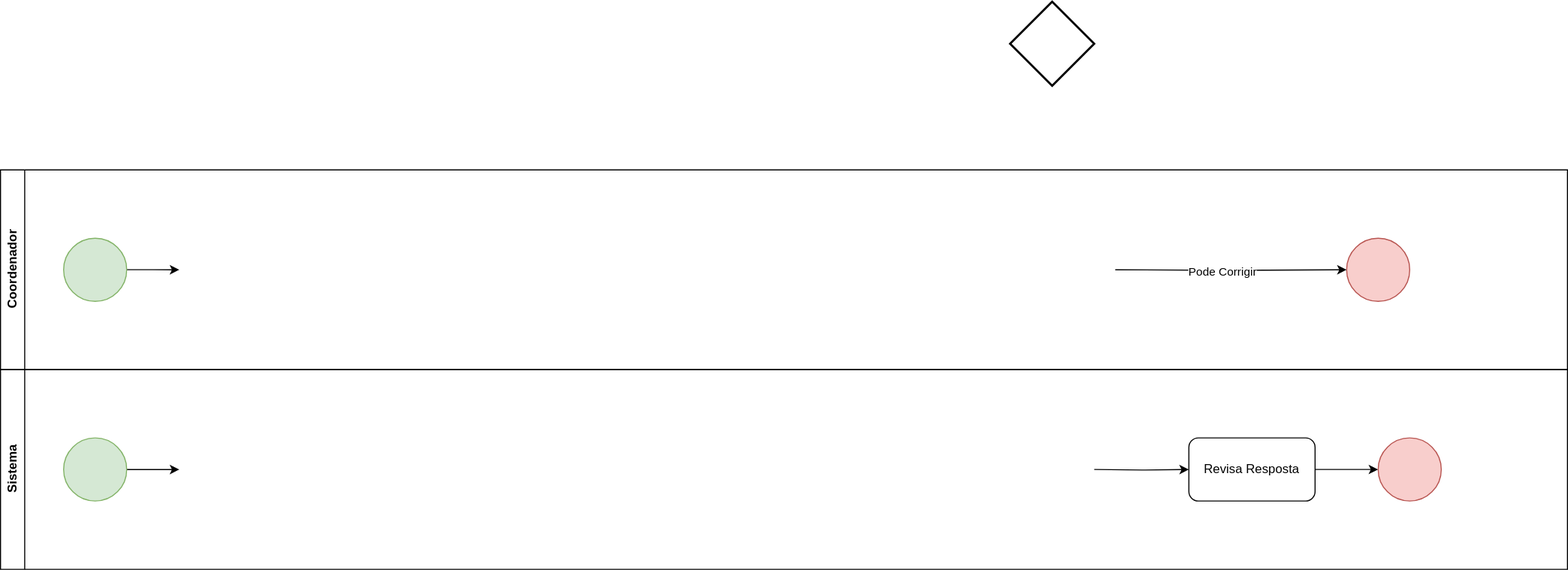
Above: ToBeStatus.drawio.svg in JesCat16/Automacao_IC_GestaoDeProjeto (draw.io), before the change. Source tidied: cells renumbered, new cells last; positions are measured from the earlier drawing's top-left corner, leaving out a move shared by most shapes. Its diagram source:
```xml
<mxGraphModel background="#ffffff">
  <root>
    <mxCell id="0" />
    <mxCell id="1" parent="0" />
    <mxCell id="2" value="Coordenador" style="swimlane;horizontal=0;whiteSpace=wrap;html=1;" parent="1" vertex="1">
      <mxGeometry y="160" width="1490" height="190" as="geometry" />
    </mxCell>
    <mxCell id="3" style="edgeStyle=orthogonalEdgeStyle;rounded=0;jettySize=auto;html=1;" parent="2" edge="1" source="4">
      <mxGeometry relative="1" as="geometry">
        <mxPoint x="170" y="95" as="targetPoint" />
      </mxGeometry>
    </mxCell>
    <mxCell id="4" style="ellipse;whiteSpace=wrap;html=1;fillColor=#d5e8d4;strokeColor=#82b366;" parent="2" vertex="1">
      <mxGeometry x="60" y="65" width="60" height="60" as="geometry" />
    </mxCell>
    <mxCell id="5" style="ellipse;whiteSpace=wrap;html=1;fillColor=#f8cecc;strokeColor=#b85450;" parent="2" vertex="1">
      <mxGeometry x="1280" y="65" width="60" height="60" as="geometry" />
    </mxCell>
    <mxCell id="6" style="edgeStyle=orthogonalEdgeStyle;rounded=0;jettySize=auto;html=1;exitX=1;exitY=0.5;exitDx=0;exitDy=0;exitPerimeter=0;entryX=0;entryY=0.5;entryDx=0;entryDy=0;" parent="2" edge="1" target="5">
      <mxGeometry relative="1" as="geometry">
        <mxPoint x="1060" y="95" as="sourcePoint" />
      </mxGeometry>
    </mxCell>
    <mxCell id="7" value="Pode Corrigir" style="edgeLabel;html=1;align=center;verticalAlign=middle;" parent="6" vertex="1">
      <mxGeometry x="-0.07" y="-1" relative="1" as="geometry">
        <mxPoint x="-1" as="offset" />
      </mxGeometry>
    </mxCell>
    <mxCell id="8" value="Sistema" style="swimlane;horizontal=0;whiteSpace=wrap;html=1;" parent="1" vertex="1">
      <mxGeometry y="350" width="1490" height="190" as="geometry" />
    </mxCell>
    <mxCell id="9" style="edgeStyle=orthogonalEdgeStyle;rounded=0;jettySize=auto;html=1;" parent="8" edge="1" source="10">
      <mxGeometry relative="1" as="geometry">
        <mxPoint x="170" y="95" as="targetPoint" />
      </mxGeometry>
    </mxCell>
    <mxCell id="10" style="ellipse;whiteSpace=wrap;html=1;fillColor=#d5e8d4;strokeColor=#82b366;" parent="8" vertex="1">
      <mxGeometry x="60" y="65" width="60" height="60" as="geometry" />
    </mxCell>
    <mxCell id="11" style="edgeStyle=orthogonalEdgeStyle;rounded=0;jettySize=auto;html=1;exitX=1;exitY=0.5;exitDx=0;exitDy=0;entryX=0;entryY=0.5;entryDx=0;entryDy=0;" parent="8" edge="1" source="12" target="13">
      <mxGeometry relative="1" as="geometry" />
    </mxCell>
    <mxCell id="12" value="Revisa Resposta" style="rounded=1;whiteSpace=wrap;html=1;" parent="8" vertex="1">
      <mxGeometry x="1130" y="65" width="120" height="60" as="geometry" />
    </mxCell>
    <mxCell id="13" style="ellipse;whiteSpace=wrap;html=1;fillColor=#f8cecc;strokeColor=#b85450;" parent="8" vertex="1">
      <mxGeometry x="1310" y="65" width="60" height="60" as="geometry" />
    </mxCell>
    <mxCell id="14" style="edgeStyle=orthogonalEdgeStyle;rounded=0;jettySize=auto;html=1;exitX=1;exitY=0.5;exitDx=0;exitDy=0;entryX=0;entryY=0.5;entryDx=0;entryDy=0;" parent="8" edge="1" target="12">
      <mxGeometry relative="1" as="geometry">
        <mxPoint x="1040" y="95" as="sourcePoint" />
      </mxGeometry>
    </mxCell>
    <mxCell id="15" style="strokeWidth=2;html=1;shape=mxgraph.flowchart.decision;whiteSpace=wrap;" parent="1" vertex="1">
      <mxGeometry x="960" width="80" height="80" as="geometry" />
    </mxCell>
  </root>
</mxGraphModel>
```
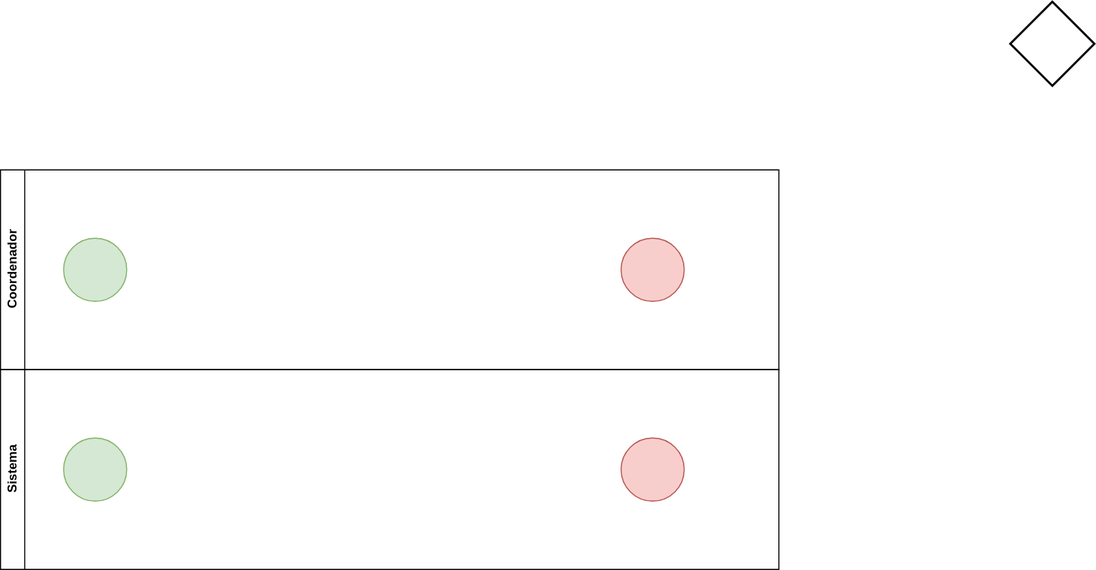
After the change.

Change to the diagram source:
```diff
@@ -3,54 +3,23 @@
     <mxCell id="0" />
     <mxCell id="1" parent="0" />
     <mxCell id="2" value="Coordenador" style="swimlane;horizontal=0;whiteSpace=wrap;html=1;" parent="1" vertex="1">
-      <mxGeometry y="160" width="1490" height="190" as="geometry" />
+      <mxGeometry y="160" width="740" height="190" as="geometry" />
     </mxCell>
-    <mxCell id="3" style="edgeStyle=orthogonalEdgeStyle;rounded=0;jettySize=auto;html=1;" parent="2" edge="1" source="4">
-      <mxGeometry relative="1" as="geometry">
-        <mxPoint x="170" y="95" as="targetPoint" />
-      </mxGeometry>
-    </mxCell>
     <mxCell id="4" style="ellipse;whiteSpace=wrap;html=1;fillColor=#d5e8d4;strokeColor=#82b366;" parent="2" vertex="1">
       <mxGeometry x="60" y="65" width="60" height="60" as="geometry" />
     </mxCell>
     <mxCell id="5" style="ellipse;whiteSpace=wrap;html=1;fillColor=#f8cecc;strokeColor=#b85450;" parent="2" vertex="1">
-      <mxGeometry x="1280" y="65" width="60" height="60" as="geometry" />
+      <mxGeometry x="590" y="65" width="60" height="60" as="geometry" />
     </mxCell>
-    <mxCell id="6" style="edgeStyle=orthogonalEdgeStyle;rounded=0;jettySize=auto;html=1;exitX=1;exitY=0.5;exitDx=0;exitDy=0;exitPerimeter=0;entryX=0;entryY=0.5;entryDx=0;entryDy=0;" parent="2" edge="1" target="5">
-      <mxGeometry relative="1" as="geometry">
-        <mxPoint x="1060" y="95" as="sourcePoint" />
-      </mxGeometry>
-    </mxCell>
-    <mxCell id="7" value="Pode Corrigir" style="edgeLabel;html=1;align=center;verticalAlign=middle;" parent="6" vertex="1">
-      <mxGeometry x="-0.07" y="-1" relative="1" as="geometry">
-        <mxPoint x="-1" as="offset" />
-      </mxGeometry>
-    </mxCell>
     <mxCell id="8" value="Sistema" style="swimlane;horizontal=0;whiteSpace=wrap;html=1;" parent="1" vertex="1">
-      <mxGeometry y="350" width="1490" height="190" as="geometry" />
+      <mxGeometry y="350" width="740" height="190" as="geometry" />
     </mxCell>
-    <mxCell id="9" style="edgeStyle=orthogonalEdgeStyle;rounded=0;jettySize=auto;html=1;" parent="8" edge="1" source="10">
-      <mxGeometry relative="1" as="geometry">
-        <mxPoint x="170" y="95" as="targetPoint" />
-      </mxGeometry>
-    </mxCell>
     <mxCell id="10" style="ellipse;whiteSpace=wrap;html=1;fillColor=#d5e8d4;strokeColor=#82b366;" parent="8" vertex="1">
       <mxGeometry x="60" y="65" width="60" height="60" as="geometry" />
     </mxCell>
-    <mxCell id="11" style="edgeStyle=orthogonalEdgeStyle;rounded=0;jettySize=auto;html=1;exitX=1;exitY=0.5;exitDx=0;exitDy=0;entryX=0;entryY=0.5;entryDx=0;entryDy=0;" parent="8" edge="1" source="12" target="13">
-      <mxGeometry relative="1" as="geometry" />
-    </mxCell>
-    <mxCell id="12" value="Revisa Resposta" style="rounded=1;whiteSpace=wrap;html=1;" parent="8" vertex="1">
-      <mxGeometry x="1130" y="65" width="120" height="60" as="geometry" />
-    </mxCell>
     <mxCell id="13" style="ellipse;whiteSpace=wrap;html=1;fillColor=#f8cecc;strokeColor=#b85450;" parent="8" vertex="1">
-      <mxGeometry x="1310" y="65" width="60" height="60" as="geometry" />
+      <mxGeometry x="590" y="65" width="60" height="60" as="geometry" />
     </mxCell>
-    <mxCell id="14" style="edgeStyle=orthogonalEdgeStyle;rounded=0;jettySize=auto;html=1;exitX=1;exitY=0.5;exitDx=0;exitDy=0;entryX=0;entryY=0.5;entryDx=0;entryDy=0;" parent="8" edge="1" target="12">
-      <mxGeometry relative="1" as="geometry">
-        <mxPoint x="1040" y="95" as="sourcePoint" />
-      </mxGeometry>
-    </mxCell>
     <mxCell id="15" style="strokeWidth=2;html=1;shape=mxgraph.flowchart.decision;whiteSpace=wrap;" parent="1" vertex="1">
       <mxGeometry x="960" width="80" height="80" as="geometry" />
     </mxCell>
```
